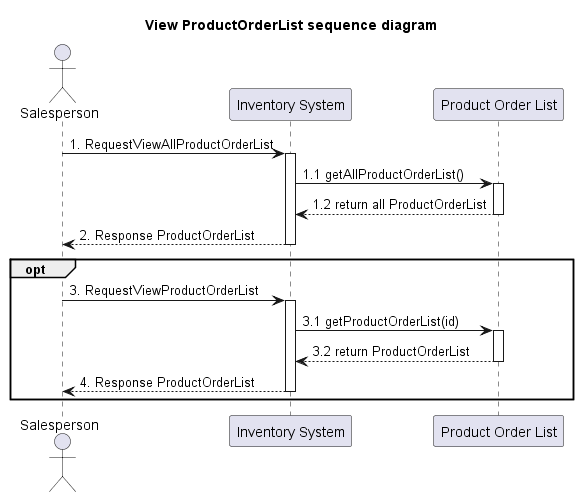
This is out/system-analysis/sequence/_9_1_sequence-view-product-order-list/_9_1_sequence-view-product-order-list.png from billowdev/inventory-system-plantuml-sequelize-seeder-example, a PlantUML export, as it was before one commit.
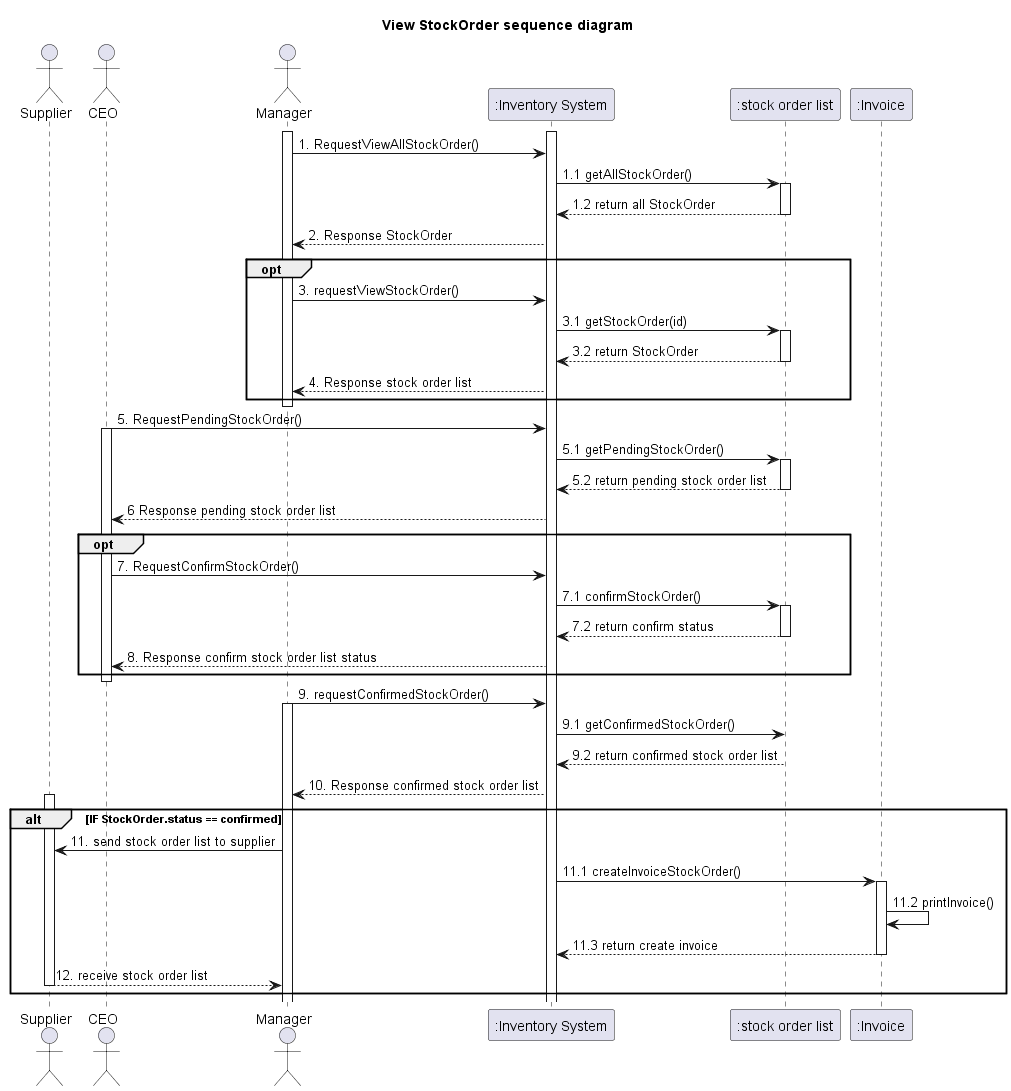
The same file after the commit.

What changed in the source:
```diff
@@ -1,39 +1,94 @@
 @startuml
-title View ProductOrderList sequence diagram
+title View StockOrder sequence diagram
 
-actor Salesperson as actorSalesperson
-participant "Inventory System" as InventorySystem
-participant "Product Order List" as usecaseProductOrderList
 
-actorSalesperson -> InventorySystem: 1. RequestViewAllProductOrderList
+actor Supplier as actorSupplier
+actor CEO as actorCEO
+actor Manager as actorManager
+participant ":Inventory System" as InventorySystem
+participant ":stock order list" as classStockOrder
+participant ":Invoice" as classInvoice
+activate actorManager
+
 activate InventorySystem
+actorManager -> InventorySystem: 1. RequestViewAllStockOrder()
 
-InventorySystem -> usecaseProductOrderList: 1.1 getAllProductOrderList()
-activate usecaseProductOrderList
+InventorySystem -> classStockOrder: 1.1 getAllStockOrder()
+activate classStockOrder
 
-usecaseProductOrderList --> InventorySystem: 1.2 return all ProductOrderList
-deactivate usecaseProductOrderList
+classStockOrder --> InventorySystem: 1.2 return all StockOrder
+deactivate classStockOrder
 
-InventorySystem --> actorSalesperson : 2. Response ProductOrderList
+InventorySystem --> actorManager : 2. Response StockOrder
 
-deactivate InventorySystem
 
 
 opt
-actorSalesperson -> InventorySystem: 3. RequestViewProductOrderList
-activate InventorySystem
+actorManager -> InventorySystem: 3. requestViewStockOrder()
 
-InventorySystem -> usecaseProductOrderList: 3.1 getProductOrderList(id)
-activate usecaseProductOrderList
+InventorySystem -> classStockOrder: 3.1 getStockOrder(id)
+activate classStockOrder
 
-usecaseProductOrderList --> InventorySystem: 3.2 return ProductOrderList
-deactivate usecaseProductOrderList
+classStockOrder --> InventorySystem: 3.2 return StockOrder
+deactivate classStockOrder
 
 
 
-InventorySystem --> actorSalesperson : 4. Response ProductOrderList
+InventorySystem --> actorManager : 4. Response stock order list
 
-deactivate InventorySystem
+
+end
+deactivate actorManager
+
+actorCEO -> InventorySystem : 5. RequestPendingStockOrder()
+activate actorCEO
+
+
+InventorySystem -> classStockOrder : 5.1 getPendingStockOrder()
+activate classStockOrder
+
+classStockOrder --> InventorySystem : 5.2 return pending stock order list
+deactivate classStockOrder
+
+InventorySystem --> actorCEO : 6 Response pending stock order list
+
+opt
+
+actorCEO -> InventorySystem : 7. RequestConfirmStockOrder()
+
+
+InventorySystem -> classStockOrder : 7.1 confirmStockOrder()
+activate classStockOrder
+
+classStockOrder --> InventorySystem : 7.2 return confirm status
+deactivate classStockOrder
+
+InventorySystem --> actorCEO : 8. Response confirm stock order list status
+
+end
+deactivate actorCEO
+
+actorManager -> InventorySystem : 9. requestConfirmedStockOrder()
+activate actorManager
+
+InventorySystem -> classStockOrder : 9.1 getConfirmedStockOrder()
+classStockOrder --> InventorySystem : 9.2 return confirmed stock order list
+
+InventorySystem --> actorManager : 10. Response confirmed stock order list
+
+alt IF StockOrder.status == confirmed
+
+activate actorSupplier
+
+actorManager -> actorSupplier : 11. send stock order list to supplier
+InventorySystem -> classInvoice : 11.1 createInvoiceStockOrder()
+activate classInvoice
+classInvoice -> classInvoice : 11.2 printInvoice()
+classInvoice --> InventorySystem : 11.3 return create invoice
+deactivate classInvoice
+actorSupplier --> actorManager : 12. receive stock order list
+deactivate actorSupplier
+
 end
 
 
```
